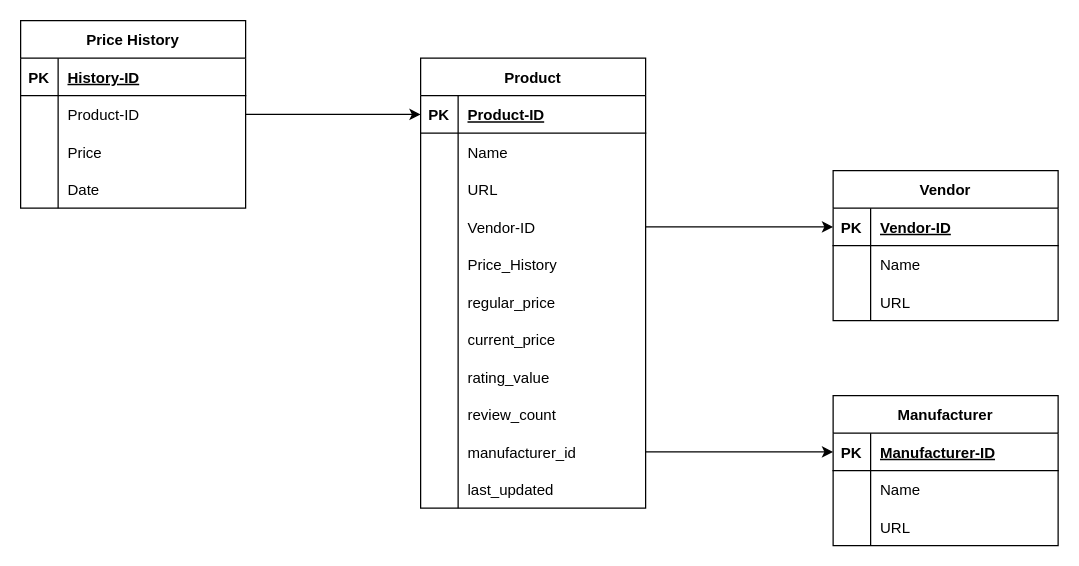
This is db.drawio from willowsalicaceae/pluginpricing, a draw.io file, before an edit. Source tidied: cells renumbered, new cells numbered last; positions are measured from the earlier drawing's top-left corner, leaving out a move shared by most shapes. Both pictures are drawn from the tidied source at 125%, with x=0, y=0 at pixel (20, 20).
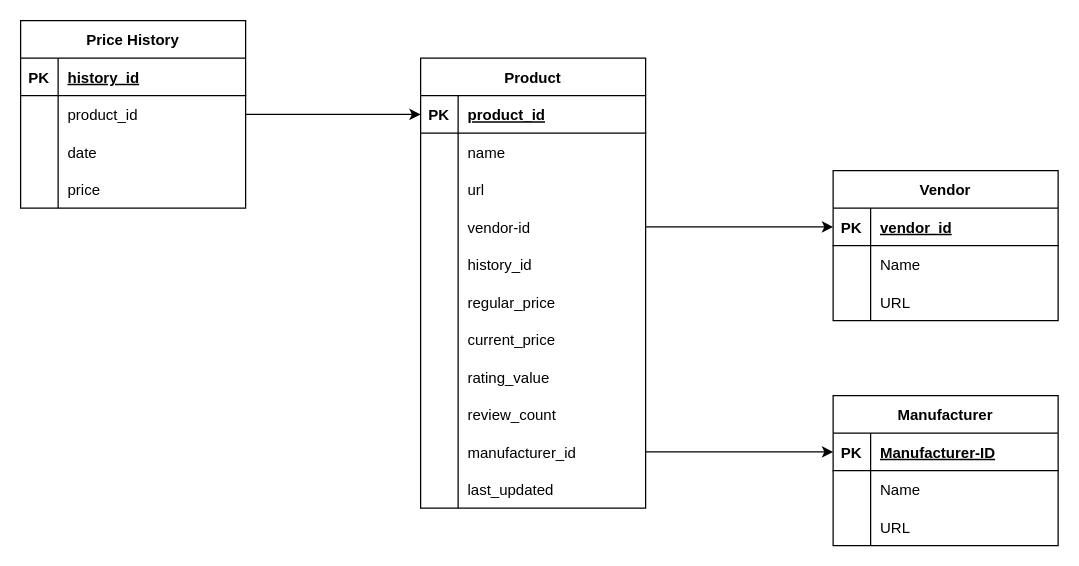
Above is the later version.

The change refers to these unchanged cells:
```xml
<mxCell id="3" style="shape=tableRow;horizontal=0;startSize=0;swimlaneHead=0;swimlaneBody=0;fillColor=none;points=[[0,0.5],[1,0.5]];portConstraint=eastwest;top=0;left=0;right=0;bottom=1;" parent="2" vertex="1">
  <mxGeometry y="30" width="180" height="30" as="geometry" />
</mxCell>
<mxCell id="13" style="shape=tableRow;horizontal=0;startSize=0;swimlaneHead=0;swimlaneBody=0;fillColor=none;points=[[0,0.5],[1,0.5]];portConstraint=eastwest;top=0;left=0;right=0;bottom=1;" parent="12" vertex="1">
  <mxGeometry y="30" width="180" height="30" as="geometry" />
</mxCell>
<mxCell id="16" style="shape=tableRow;horizontal=0;startSize=0;swimlaneHead=0;swimlaneBody=0;fillColor=none;top=0;left=0;right=0;bottom=0;" parent="12" vertex="1">
  <mxGeometry y="60" width="180" height="30" as="geometry" />
</mxCell>
<mxCell id="19" style="shape=tableRow;horizontal=0;startSize=0;swimlaneHead=0;swimlaneBody=0;fillColor=none;top=0;left=0;right=0;bottom=0;" parent="12" vertex="1">
  <mxGeometry y="90" width="180" height="30" as="geometry" />
</mxCell>
<mxCell id="22" style="shape=tableRow;horizontal=0;startSize=0;swimlaneHead=0;swimlaneBody=0;fillColor=none;points=[[0,0.5],[1,0.5]];portConstraint=eastwest;top=0;left=0;right=0;bottom=0;" parent="12" vertex="1">
  <mxGeometry y="120" width="180" height="30" as="geometry" />
</mxCell>
<mxCell id="25" style="shape=tableRow;horizontal=0;startSize=0;swimlaneHead=0;swimlaneBody=0;fillColor=none;top=0;left=0;right=0;bottom=0;" parent="12" vertex="1">
  <mxGeometry y="150" width="180" height="30" as="geometry" />
</mxCell>
<mxCell id="49" style="shape=tableRow;horizontal=0;startSize=0;swimlaneHead=0;swimlaneBody=0;fillColor=none;top=0;left=0;right=0;bottom=1;" parent="48" vertex="1">
  <mxGeometry y="30" width="180" height="30" as="geometry" />
</mxCell>
<mxCell id="52" style="shape=tableRow;horizontal=0;startSize=0;swimlaneHead=0;swimlaneBody=0;fillColor=none;top=0;left=0;right=0;bottom=0;" parent="48" vertex="1">
  <mxGeometry y="60" width="180" height="30" as="geometry" />
</mxCell>
<mxCell id="55" style="shape=tableRow;horizontal=0;startSize=0;swimlaneHead=0;swimlaneBody=0;fillColor=none;top=0;left=0;right=0;bottom=0;" parent="48" vertex="1">
  <mxGeometry y="90" width="180" height="30" as="geometry" />
</mxCell>
<mxCell id="58" style="shape=tableRow;horizontal=0;startSize=0;swimlaneHead=0;swimlaneBody=0;fillColor=none;top=0;left=0;right=0;bottom=0;" parent="48" vertex="1">
  <mxGeometry y="120" width="180" height="30" as="geometry" />
</mxCell>
```

The edit, as a diff of the source:
```diff
@@
-    <mxCell id="5" value="Vendor-ID" style="shape=partialRectangle;fillColor=none;top=0;left=0;bottom=0;right=0;align=left;spacingLeft=6;fontStyle=5;overflow=hidden;" parent="3" vertex="1">
+    <mxCell id="5" value="vendor_id" style="shape=partialRectangle;fillColor=none;top=0;left=0;bottom=0;right=0;align=left;spacingLeft=6;fontStyle=5;overflow=hidden;" parent="3" vertex="1">
       <mxGeometry x="30" width="150" height="30" as="geometry" />
     </mxCell>
@@
-    <mxCell id="15" value="Product-ID" style="shape=partialRectangle;fillColor=none;top=0;left=0;bottom=0;right=0;align=left;spacingLeft=6;fontStyle=5;overflow=hidden;" parent="13" vertex="1">
+    <mxCell id="15" value="product_id" style="shape=partialRectangle;fillColor=none;top=0;left=0;bottom=0;right=0;align=left;spacingLeft=6;fontStyle=5;overflow=hidden;" parent="13" vertex="1">
       <mxGeometry x="30" width="150" height="30" as="geometry" />
     </mxCell>
@@
-    <mxCell id="18" value="Name" style="shape=partialRectangle;fillColor=none;top=0;left=0;bottom=0;right=0;align=left;spacingLeft=6;overflow=hidden;" parent="16" vertex="1">
+    <mxCell id="18" value="name" style="shape=partialRectangle;fillColor=none;top=0;left=0;bottom=0;right=0;align=left;spacingLeft=6;overflow=hidden;" parent="16" vertex="1">
       <mxGeometry x="30" width="150" height="30" as="geometry" />
     </mxCell>
@@
-    <mxCell id="21" value="URL" style="shape=partialRectangle;fillColor=none;top=0;left=0;bottom=0;right=0;align=left;spacingLeft=6;overflow=hidden;" parent="19" vertex="1">
+    <mxCell id="21" value="url" style="shape=partialRectangle;fillColor=none;top=0;left=0;bottom=0;right=0;align=left;spacingLeft=6;overflow=hidden;" parent="19" vertex="1">
       <mxGeometry x="30" width="150" height="30" as="geometry" />
     </mxCell>
@@
-    <mxCell id="24" value="Vendor-ID" style="shape=partialRectangle;fillColor=none;top=0;left=0;bottom=0;right=0;align=left;spacingLeft=6;overflow=hidden;" parent="22" vertex="1">
+    <mxCell id="24" value="vendor-id" style="shape=partialRectangle;fillColor=none;top=0;left=0;bottom=0;right=0;align=left;spacingLeft=6;overflow=hidden;" parent="22" vertex="1">
       <mxGeometry x="30" width="150" height="30" as="geometry" />
     </mxCell>
@@
-    <mxCell id="27" value="Price_History" style="shape=partialRectangle;fillColor=none;top=0;left=0;bottom=0;right=0;align=left;spacingLeft=6;overflow=hidden;" parent="25" vertex="1">
+    <mxCell id="27" value="history_id" style="shape=partialRectangle;fillColor=none;top=0;left=0;bottom=0;right=0;align=left;spacingLeft=6;overflow=hidden;" parent="25" vertex="1">
       <mxGeometry x="30" width="150" height="30" as="geometry" />
     </mxCell>
@@
-    <mxCell id="51" value="History-ID" style="shape=partialRectangle;fillColor=none;top=0;left=0;bottom=0;right=0;align=left;spacingLeft=6;fontStyle=5;overflow=hidden;" parent="49" vertex="1">
+    <mxCell id="51" value="history_id" style="shape=partialRectangle;fillColor=none;top=0;left=0;bottom=0;right=0;align=left;spacingLeft=6;fontStyle=5;overflow=hidden;" parent="49" vertex="1">
       <mxGeometry x="30" width="150" height="30" as="geometry" />
     </mxCell>
@@
-    <mxCell id="54" value="Product-ID" style="shape=partialRectangle;fillColor=none;top=0;left=0;bottom=0;right=0;align=left;spacingLeft=6;overflow=hidden;" parent="52" vertex="1">
+    <mxCell id="54" value="product_id" style="shape=partialRectangle;fillColor=none;top=0;left=0;bottom=0;right=0;align=left;spacingLeft=6;overflow=hidden;" parent="52" vertex="1">
       <mxGeometry x="30" width="150" height="30" as="geometry" />
     </mxCell>
@@
-    <mxCell id="57" value="Price" style="shape=partialRectangle;fillColor=none;top=0;left=0;bottom=0;right=0;align=left;spacingLeft=6;overflow=hidden;" parent="55" vertex="1">
+    <mxCell id="57" value="date" style="shape=partialRectangle;fillColor=none;top=0;left=0;bottom=0;right=0;align=left;spacingLeft=6;overflow=hidden;" parent="55" vertex="1">
       <mxGeometry x="30" width="150" height="30" as="geometry" />
     </mxCell>
@@
-    <mxCell id="60" value="Date" style="shape=partialRectangle;fillColor=none;top=0;left=0;bottom=0;right=0;align=left;spacingLeft=6;overflow=hidden;" parent="58" vertex="1">
+    <mxCell id="60" value="price" style="shape=partialRectangle;fillColor=none;top=0;left=0;bottom=0;right=0;align=left;spacingLeft=6;overflow=hidden;" parent="58" vertex="1">
       <mxGeometry x="30" width="150" height="30" as="geometry" />
     </mxCell>
```
